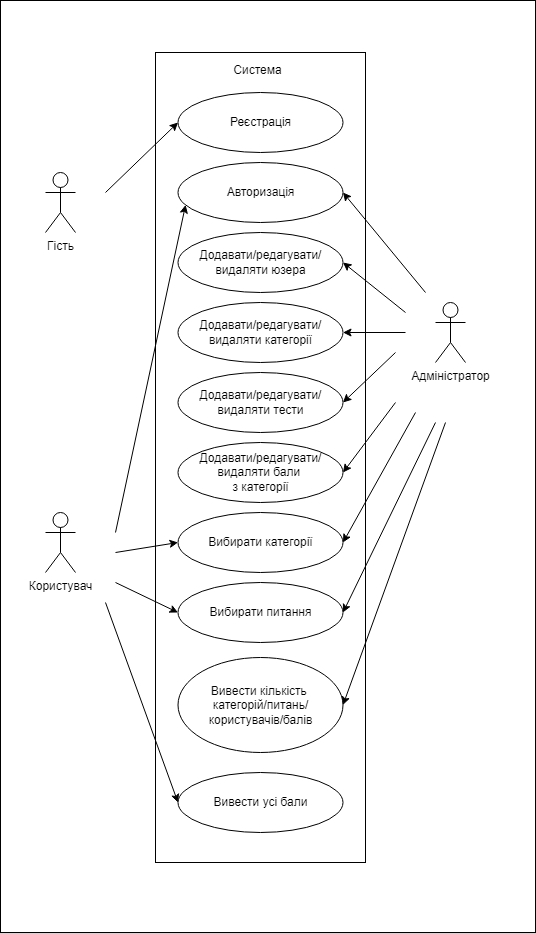
YashaBlendeer/VisualNovelGallery keeps this draw.io diagram as diagrams/usecase.png. Above is the earlier version. Source tidied: cells renumbered, new cells last; positions are measured from the earlier drawing's top-left corner, leaving out a move shared by most shapes.
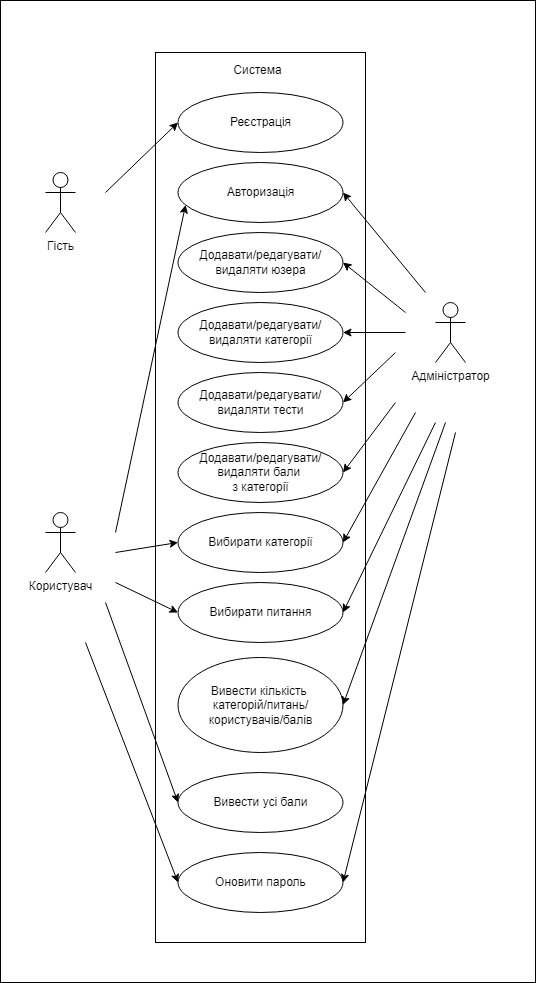
The same diagram one commit later.

The edit, as a diff of the source:
```diff
@@ -2,11 +2,11 @@
   <root>
     <mxCell id="0" />
     <mxCell id="1" parent="0" />
-    <mxCell id="2" style="rounded=0;whiteSpace=wrap;html=1;" parent="1" vertex="1">
-      <mxGeometry width="535" height="932" as="geometry" />
-    </mxCell>
+    <mxCell id="32" style="rounded=0;whiteSpace=wrap;html=1;" parent="1" vertex="1">
+      <mxGeometry width="535" height="982" as="geometry" />
+    </mxCell>
     <mxCell id="3" style="rounded=0;whiteSpace=wrap;html=1;" parent="1" vertex="1">
-      <mxGeometry x="155" y="52" width="210" height="810" as="geometry" />
+      <mxGeometry x="155" y="52" width="210" height="890" as="geometry" />
     </mxCell>
     <mxCell id="4" value="Гість" style="shape=umlActor;verticalLabelPosition=bottom;verticalAlign=top;html=1;" parent="1" vertex="1">
       <mxGeometry x="45" y="172" width="30" height="60" as="geometry" />
@@ -118,5 +118,18 @@
         <mxPoint x="445" y="422" as="sourcePoint" />
       </mxGeometry>
     </mxCell>
+    <mxCell id="33" value="Оновити пароль" style="ellipse;whiteSpace=wrap;html=1;" parent="1" vertex="1">
+      <mxGeometry x="177.5" y="852" width="165" height="60" as="geometry" />
+    </mxCell>
+    <mxCell id="34" style="endArrow=classic;html=1;rounded=0;entryX=0;entryY=0.5;entryDx=0;entryDy=0;" parent="1" edge="1" target="33">
+      <mxGeometry relative="1" as="geometry">
+        <mxPoint x="85" y="642" as="sourcePoint" />
+      </mxGeometry>
+    </mxCell>
+    <mxCell id="35" style="endArrow=classic;html=1;rounded=0;entryX=1;entryY=0.5;entryDx=0;entryDy=0;" parent="1" edge="1" target="33">
+      <mxGeometry relative="1" as="geometry">
+        <mxPoint x="455" y="432" as="sourcePoint" />
+      </mxGeometry>
+    </mxCell>
   </root>
 </mxGraphModel>
```
